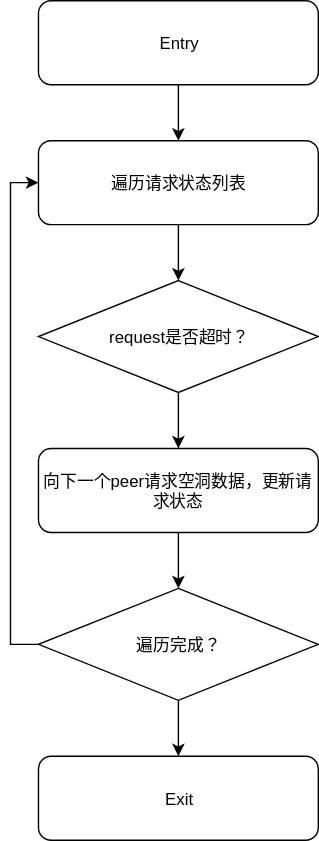
simbahebinbo/smallfat.github.io keeps this draw.io diagram as attachments/1629432112010.drawio.svg. Above is the earlier version. Source tidied: cells renumbered, new cells last; positions are measured from the earlier drawing's top-left corner, leaving out a move shared by most shapes.
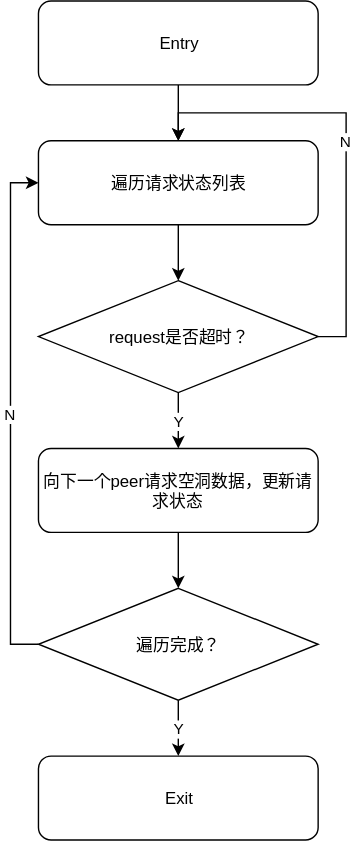
The same diagram one commit later.

Commit message:
添加附件 : attachments/1629432112010.drawio.svg

Change to the diagram source:
```diff
@@ -23,16 +23,19 @@
     <mxCell id="8" value="Exit" style="rounded=1;whiteSpace=wrap;html=1;" parent="1" vertex="1">
       <mxGeometry y="540" width="200" height="60" as="geometry" />
     </mxCell>
-    <mxCell id="9" style="edgeStyle=orthogonalEdgeStyle;rounded=0;jettySize=auto;html=1;" parent="1" edge="1" source="10" target="7">
+    <mxCell id="9" value="Y" style="edgeStyle=orthogonalEdgeStyle;rounded=0;jettySize=auto;html=1;" parent="1" edge="1" source="10" target="7">
       <mxGeometry relative="1" as="geometry" />
     </mxCell>
+    <mxCell id="14" value="N" style="edgeStyle=orthogonalEdgeStyle;rounded=0;jettySize=auto;html=1;exitX=1;exitY=0.5;exitDx=0;exitDy=0;entryX=0.5;entryY=0;entryDx=0;entryDy=0;" parent="1" edge="1" source="10" target="5">
+      <mxGeometry relative="1" as="geometry" />
+    </mxCell>
     <mxCell id="10" value="request是否超时？" style="rhombus;whiteSpace=wrap;html=1;" parent="1" vertex="1">
       <mxGeometry y="200" width="200" height="80" as="geometry" />
     </mxCell>
-    <mxCell id="11" style="edgeStyle=orthogonalEdgeStyle;rounded=0;jettySize=auto;html=1;" parent="1" edge="1" source="13" target="8">
+    <mxCell id="11" value="Y" style="edgeStyle=orthogonalEdgeStyle;rounded=0;jettySize=auto;html=1;" parent="1" edge="1" source="13" target="8">
       <mxGeometry relative="1" as="geometry" />
     </mxCell>
-    <mxCell id="12" style="edgeStyle=orthogonalEdgeStyle;rounded=0;jettySize=auto;html=1;exitX=0;exitY=0.5;exitDx=0;exitDy=0;entryX=0;entryY=0.5;entryDx=0;entryDy=0;" parent="1" edge="1" source="13" target="5">
+    <mxCell id="12" value="N" style="edgeStyle=orthogonalEdgeStyle;rounded=0;jettySize=auto;html=1;exitX=0;exitY=0.5;exitDx=0;exitDy=0;entryX=0;entryY=0.5;entryDx=0;entryDy=0;" parent="1" edge="1" source="13" target="5">
       <mxGeometry relative="1" as="geometry" />
     </mxCell>
     <mxCell id="13" value="遍历完成？" style="rhombus;whiteSpace=wrap;html=1;" parent="1" vertex="1">
```
